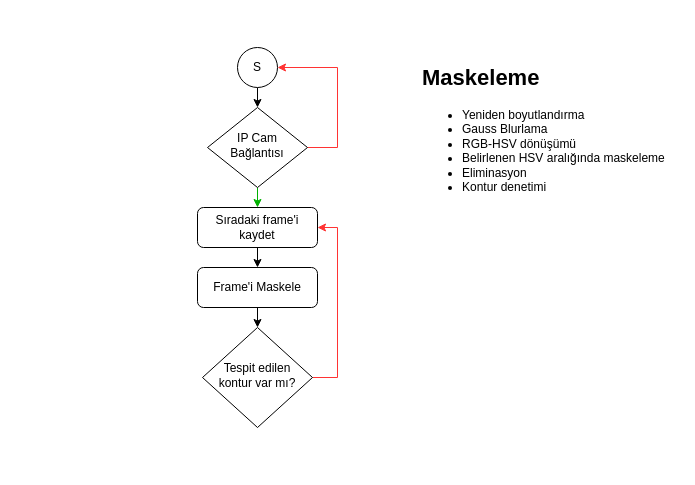
The draw.io diagram Bitirme 1 - Schematics/sunum.drawio in anilberg/My-Diagrams, before the edit. Source tidied: cells renumbered, new cells numbered last; positions are measured from the earlier drawing's top-left corner, leaving out a move shared by most shapes. Both pictures are drawn from the tidied source at 100%, with x=0, y=0 at pixel (197, 47).
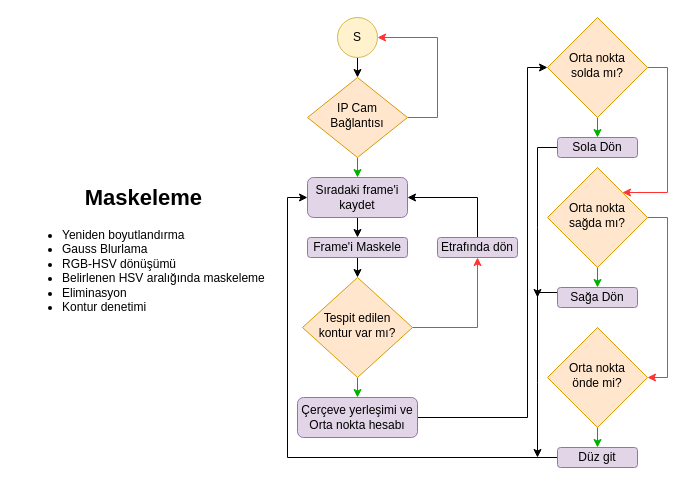
After the change.

The edit, as a diff of the source:
```diff
@@
-    <mxCell id="3" value="Sıradaki frame'i kaydet" style="rounded=1;whiteSpace=wrap;html=1;fontSize=12;glass=0;strokeWidth=1;shadow=0;" parent="1" vertex="1">
-      <mxGeometry y="160" width="120" height="40" as="geometry" />
+    <mxCell id="3" value="Sıradaki frame'i kaydet" style="rounded=1;whiteSpace=wrap;html=1;fontSize=12;glass=0;strokeWidth=1;shadow=0;fillColor=#e1d5e7;strokeColor=#9673a6;" parent="1" vertex="1">
+      <mxGeometry x="110" y="130" width="100" height="40" as="geometry" />
     </mxCell>
@@
-    <mxCell id="5" value="S" style="ellipse;whiteSpace=wrap;html=1;" parent="1" vertex="1">
-      <mxGeometry x="40" width="40" height="40" as="geometry" />
+    <mxCell id="5" value="S" style="ellipse;whiteSpace=wrap;html=1;fillColor=#fff2cc;strokeColor=#d6b656;" parent="1" vertex="1">
+      <mxGeometry x="140" y="-30" width="40" height="40" as="geometry" />
     </mxCell>
     <mxCell id="6" style="edgeStyle=orthogonalEdgeStyle;rounded=0;jettySize=auto;html=1;exitX=1;exitY=0.5;exitDx=0;exitDy=0;entryX=1;entryY=0.5;entryDx=0;entryDy=0;strokeColor=#FF3333;" parent="1" edge="1" source="8" target="5">
       <mxGeometry relative="1" as="geometry">
         <Array as="points">
-          <mxPoint x="140" y="100" />
-          <mxPoint x="140" y="20" />
+          <mxPoint x="240" y="70" />
+          <mxPoint x="240" y="-10" />
         </Array>
       </mxGeometry>
     </mxCell>
@@
-    <mxCell id="8" value="IP Cam Bağlantısı" style="rhombus;whiteSpace=wrap;html=1;shadow=0;fontFamily=Helvetica;fontSize=12;align=center;strokeWidth=1;spacing=6;spacingTop=-4;" parent="1" vertex="1">
-      <mxGeometry x="10" y="60" width="100" height="80" as="geometry" />
+    <mxCell id="8" value="IP Cam Bağlantısı" style="rhombus;whiteSpace=wrap;html=1;shadow=0;fontFamily=Helvetica;fontSize=12;align=center;strokeWidth=1;spacing=6;spacingTop=-4;fillColor=#ffe6cc;strokeColor=#d79b00;" parent="1" vertex="1">
+      <mxGeometry x="110" y="30" width="100" height="80" as="geometry" />
     </mxCell>
@@
-    <mxCell id="10" value="Frame'i Maskele" style="rounded=1;whiteSpace=wrap;html=1;fontSize=12;glass=0;strokeWidth=1;shadow=0;" parent="1" vertex="1">
-      <mxGeometry y="220" width="120" height="40" as="geometry" />
+    <mxCell id="10" value="Frame'i Maskele" style="rounded=1;whiteSpace=wrap;html=1;fontSize=12;glass=0;strokeWidth=1;shadow=0;fillColor=#e1d5e7;strokeColor=#9673a6;" parent="1" vertex="1">
+      <mxGeometry x="110" y="190" width="100" height="20" as="geometry" />
     </mxCell>
-    <mxCell id="11" value="&lt;h1&gt;&lt;font style=&quot;font-size: 22px;&quot;&gt;Maskeleme&lt;/font&gt;&lt;/h1&gt;&lt;div&gt;&lt;ul&gt;&lt;li&gt;Yeniden boyutlandırma&lt;/li&gt;&lt;li&gt;Gauss Blurlama&lt;/li&gt;&lt;li&gt;RGB-HSV dönüşümü&lt;/li&gt;&lt;li&gt;Belirlenen HSV aralığında maskeleme&lt;/li&gt;&lt;li&gt;Eliminasyon&lt;/li&gt;&lt;li&gt;Kontur denetimi&lt;/li&gt;&lt;/ul&gt;&lt;/div&gt;" style="text;html=1;strokeColor=none;fillColor=none;spacing=5;spacingTop=-20;whiteSpace=wrap;overflow=hidden;rounded=0;" parent="1" vertex="1">
-      <mxGeometry x="220" y="10" width="260" height="140" as="geometry" />
+    <mxCell id="11" value="&lt;h1 style=&quot;text-align: center;&quot;&gt;&lt;font style=&quot;font-size: 22px;&quot;&gt;Maskeleme&lt;/font&gt;&lt;/h1&gt;&lt;div&gt;&lt;ul&gt;&lt;li style=&quot;text-align: justify;&quot;&gt;Yeniden boyutlandırma&lt;/li&gt;&lt;li style=&quot;text-align: justify;&quot;&gt;Gauss Blurlama&lt;/li&gt;&lt;li style=&quot;text-align: justify;&quot;&gt;RGB-HSV dönüşümü&lt;/li&gt;&lt;li style=&quot;text-align: justify;&quot;&gt;Belirlenen HSV aralığında maskeleme&lt;/li&gt;&lt;li style=&quot;text-align: justify;&quot;&gt;Eliminasyon&lt;/li&gt;&lt;li style=&quot;text-align: justify;&quot;&gt;Kontur denetimi&lt;/li&gt;&lt;/ul&gt;&lt;/div&gt;" style="text;html=1;strokeColor=none;fillColor=none;spacing=5;spacingTop=-20;whiteSpace=wrap;overflow=hidden;rounded=0;align=left;" parent="1" vertex="1">
+      <mxGeometry x="-180" y="130" width="260" height="140" as="geometry" />
     </mxCell>
-    <mxCell id="12" style="edgeStyle=orthogonalEdgeStyle;rounded=0;jettySize=auto;html=1;fontSize=22;strokeColor=#FF3333;entryX=1;entryY=0.5;entryDx=0;entryDy=0;" parent="1" edge="1" source="13" target="3">
-      <mxGeometry relative="1" as="geometry">
-        <Array as="points">
-          <mxPoint x="140" y="330" />
-          <mxPoint x="140" y="180" />
-        </Array>
-      </mxGeometry>
-    </mxCell>
+    <mxCell id="14" style="edgeStyle=orthogonalEdgeStyle;rounded=0;jettySize=auto;html=1;exitX=0.5;exitY=1;exitDx=0;exitDy=0;entryX=0.5;entryY=0;entryDx=0;entryDy=0;fontSize=22;strokeColor=#00B000;" parent="1" edge="1" source="13" target="17">
+      <mxGeometry relative="1" as="geometry" />
+    </mxCell>
+    <mxCell id="15" style="edgeStyle=orthogonalEdgeStyle;rounded=0;jettySize=auto;html=1;exitX=1;exitY=0.5;exitDx=0;exitDy=0;entryX=0.5;entryY=1;entryDx=0;entryDy=0;fontSize=22;strokeColor=#FF3333;" parent="1" edge="1" source="13" target="33">
+      <mxGeometry relative="1" as="geometry" />
+    </mxCell>
-    <mxCell id="13" value="Tespit edilen kontur var mı?" style="rhombus;whiteSpace=wrap;html=1;shadow=0;fontFamily=Helvetica;fontSize=12;align=center;strokeWidth=1;spacing=6;spacingTop=-4;" parent="1" vertex="1">
-      <mxGeometry x="5" y="280" width="110" height="100" as="geometry" />
+    <mxCell id="13" value="Tespit edilen kontur var mı?" style="rhombus;whiteSpace=wrap;html=1;shadow=0;fontFamily=Helvetica;fontSize=12;align=center;strokeWidth=1;spacing=6;spacingTop=-4;fillColor=#ffe6cc;strokeColor=#d79b00;" parent="1" vertex="1">
+      <mxGeometry x="105" y="230" width="110" height="100" as="geometry" />
     </mxCell>
+    <mxCell id="16" style="edgeStyle=orthogonalEdgeStyle;rounded=0;jettySize=auto;html=1;exitX=1;exitY=0.5;exitDx=0;exitDy=0;fontSize=22;strokeColor=#000000;entryX=0;entryY=0.5;entryDx=0;entryDy=0;" parent="1" edge="1" source="17" target="20">
+      <mxGeometry relative="1" as="geometry">
+        <Array as="points">
+          <mxPoint x="330" y="370" />
+          <mxPoint x="330" y="20" />
+        </Array>
+      </mxGeometry>
+    </mxCell>
+    <mxCell id="17" value="Çerçeve yerleşimi ve Orta nokta hesabı" style="rounded=1;whiteSpace=wrap;html=1;fontSize=12;glass=0;strokeWidth=1;shadow=0;fillColor=#e1d5e7;strokeColor=#9673a6;" parent="1" vertex="1">
+      <mxGeometry x="100" y="350" width="120" height="40" as="geometry" />
+    </mxCell>
+    <mxCell id="18" style="edgeStyle=orthogonalEdgeStyle;rounded=0;jettySize=auto;html=1;exitX=0.5;exitY=1;exitDx=0;exitDy=0;entryX=0.5;entryY=0;entryDx=0;entryDy=0;fontSize=22;strokeColor=#00B000;" parent="1" edge="1" source="20" target="22">
+      <mxGeometry relative="1" as="geometry" />
+    </mxCell>
+    <mxCell id="19" style="edgeStyle=orthogonalEdgeStyle;rounded=0;jettySize=auto;html=1;exitX=1;exitY=0.5;exitDx=0;exitDy=0;fontSize=22;strokeColor=#FF3333;entryX=1;entryY=0;entryDx=0;entryDy=0;" parent="1" edge="1" source="20" target="25">
+      <mxGeometry relative="1" as="geometry">
+        <Array as="points">
+          <mxPoint x="470" y="20" />
+          <mxPoint x="470" y="145" />
+        </Array>
+      </mxGeometry>
+    </mxCell>
+    <mxCell id="20" value="Orta nokta&lt;br&gt;solda mı?" style="rhombus;whiteSpace=wrap;html=1;shadow=0;fontFamily=Helvetica;fontSize=12;align=center;strokeWidth=1;spacing=6;spacingTop=-4;fillColor=#ffe6cc;strokeColor=#d79b00;" parent="1" vertex="1">
+      <mxGeometry x="350" y="-30" width="100" height="100" as="geometry" />
+    </mxCell>
+    <mxCell id="21" style="edgeStyle=orthogonalEdgeStyle;rounded=0;jettySize=auto;html=1;exitX=0;exitY=0.5;exitDx=0;exitDy=0;fontSize=22;strokeColor=#000000;" parent="1" edge="1" source="22">
+      <mxGeometry relative="1" as="geometry">
+        <mxPoint x="340" y="250" as="targetPoint" />
+      </mxGeometry>
+    </mxCell>
+    <mxCell id="22" value="Sola Dön" style="rounded=1;whiteSpace=wrap;html=1;fontSize=12;glass=0;strokeWidth=1;shadow=0;fillColor=#e1d5e7;strokeColor=#9673a6;" parent="1" vertex="1">
+      <mxGeometry x="360" y="90" width="80" height="20" as="geometry" />
+    </mxCell>
+    <mxCell id="23" style="edgeStyle=orthogonalEdgeStyle;rounded=0;jettySize=auto;html=1;exitX=0.5;exitY=1;exitDx=0;exitDy=0;entryX=0.5;entryY=0;entryDx=0;entryDy=0;fontSize=22;strokeColor=#00B000;" parent="1" edge="1" source="25" target="27">
+      <mxGeometry relative="1" as="geometry" />
+    </mxCell>
+    <mxCell id="24" style="edgeStyle=orthogonalEdgeStyle;rounded=0;jettySize=auto;html=1;exitX=1;exitY=0.5;exitDx=0;exitDy=0;fontSize=22;strokeColor=#FF3333;entryX=1;entryY=0.5;entryDx=0;entryDy=0;" parent="1" edge="1" source="25" target="29">
+      <mxGeometry relative="1" as="geometry" />
+    </mxCell>
+    <mxCell id="25" value="Orta nokta&lt;br&gt;sağda mı?" style="rhombus;whiteSpace=wrap;html=1;shadow=0;fontFamily=Helvetica;fontSize=12;align=center;strokeWidth=1;spacing=6;spacingTop=-4;fillColor=#ffe6cc;strokeColor=#d79b00;" parent="1" vertex="1">
+      <mxGeometry x="350" y="120" width="100" height="100" as="geometry" />
+    </mxCell>
+    <mxCell id="26" style="edgeStyle=orthogonalEdgeStyle;rounded=0;jettySize=auto;html=1;exitX=0;exitY=0.25;exitDx=0;exitDy=0;fontSize=22;strokeColor=#000000;" parent="1" edge="1" source="27">
+      <mxGeometry relative="1" as="geometry">
+        <mxPoint x="340" y="410" as="targetPoint" />
+      </mxGeometry>
+    </mxCell>
+    <mxCell id="27" value="Sağa Dön" style="rounded=1;whiteSpace=wrap;html=1;fontSize=12;glass=0;strokeWidth=1;shadow=0;fillColor=#e1d5e7;strokeColor=#9673a6;" parent="1" vertex="1">
+      <mxGeometry x="360" y="240" width="80" height="20" as="geometry" />
+    </mxCell>
+    <mxCell id="28" style="edgeStyle=orthogonalEdgeStyle;rounded=0;jettySize=auto;html=1;exitX=0.5;exitY=1;exitDx=0;exitDy=0;entryX=0.5;entryY=0;entryDx=0;entryDy=0;fontSize=22;strokeColor=#00B000;" parent="1" edge="1" source="29" target="31">
+      <mxGeometry relative="1" as="geometry" />
+    </mxCell>
+    <mxCell id="29" value="Orta nokta&lt;br&gt;önde mi?" style="rhombus;whiteSpace=wrap;html=1;shadow=0;fontFamily=Helvetica;fontSize=12;align=center;strokeWidth=1;spacing=6;spacingTop=-4;fillColor=#ffe6cc;strokeColor=#d79b00;" parent="1" vertex="1">
+      <mxGeometry x="350" y="280" width="100" height="100" as="geometry" />
+    </mxCell>
+    <mxCell id="30" style="edgeStyle=orthogonalEdgeStyle;rounded=0;jettySize=auto;html=1;exitX=0;exitY=0.5;exitDx=0;exitDy=0;fontSize=22;strokeColor=#000000;entryX=0;entryY=0.5;entryDx=0;entryDy=0;" parent="1" edge="1" source="31" target="3">
+      <mxGeometry relative="1" as="geometry" />
+    </mxCell>
+    <mxCell id="31" value="Düz git" style="rounded=1;whiteSpace=wrap;html=1;fontSize=12;glass=0;strokeWidth=1;shadow=0;fillColor=#e1d5e7;strokeColor=#9673a6;" parent="1" vertex="1">
+      <mxGeometry x="360" y="400" width="80" height="20" as="geometry" />
+    </mxCell>
+    <mxCell id="32" style="edgeStyle=orthogonalEdgeStyle;rounded=0;jettySize=auto;html=1;exitX=0.5;exitY=0;exitDx=0;exitDy=0;fontSize=22;strokeColor=#000000;entryX=1;entryY=0.5;entryDx=0;entryDy=0;" parent="1" edge="1" source="33" target="3">
+      <mxGeometry relative="1" as="geometry" />
+    </mxCell>
+    <mxCell id="33" value="Etrafında dön" style="rounded=1;whiteSpace=wrap;html=1;fontSize=12;glass=0;strokeWidth=1;shadow=0;fillColor=#e1d5e7;strokeColor=#9673a6;" parent="1" vertex="1">
+      <mxGeometry x="240" y="190" width="80" height="20" as="geometry" />
+    </mxCell>
```
